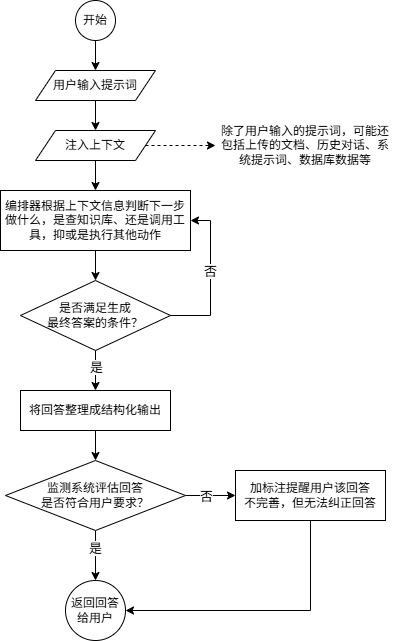
All1217/My-Chat keeps this draw.io diagram as docs/资源/Assets/agent业务总览.png. Above is the earlier version. Source tidied: cells renumbered, new cells last; positions are measured from the earlier drawing's top-left corner, leaving out a move shared by most shapes.
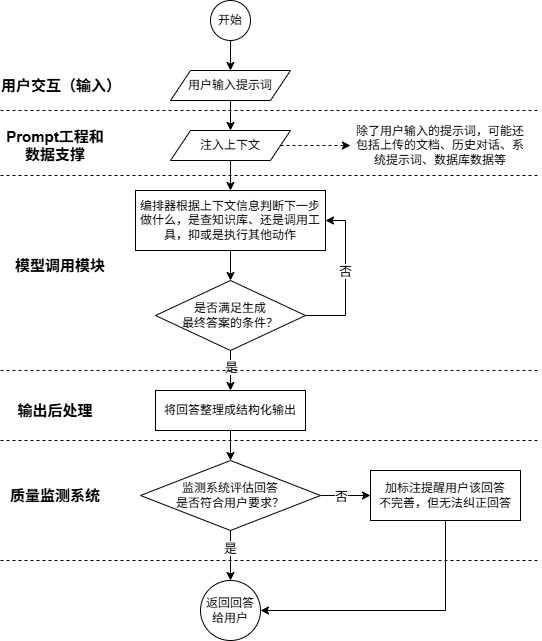
The same file after the commit.

Change to the diagram source:
```diff
@@ -82,5 +82,50 @@
     <mxCell id="26" value="除了用户输入的提示词，可能还包括上传的文档、历史对话、系统提示词、数据库数据等" style="text;html=1;align=center;verticalAlign=middle;whiteSpace=wrap;rounded=0;" parent="1" vertex="1">
       <mxGeometry x="215" y="115" width="180" height="60" as="geometry" />
     </mxCell>
+    <mxCell id="27" style="endArrow=none;dashed=1;html=1;rounded=0;" parent="1" edge="1">
+      <mxGeometry relative="1" as="geometry">
+        <mxPoint x="-135" y="110" as="sourcePoint" />
+        <mxPoint x="405" y="110" as="targetPoint" />
+      </mxGeometry>
+    </mxCell>
+    <mxCell id="28" value="&lt;font style=&quot;font-size: 15px;&quot;&gt;&lt;b&gt;用户交互（输入）&lt;/b&gt;&lt;/font&gt;" style="text;html=1;align=center;verticalAlign=middle;whiteSpace=wrap;rounded=0;" parent="1" vertex="1">
+      <mxGeometry x="-135" y="65" width="120" height="40" as="geometry" />
+    </mxCell>
+    <mxCell id="29" style="endArrow=none;dashed=1;html=1;rounded=0;" parent="1" edge="1">
+      <mxGeometry relative="1" as="geometry">
+        <mxPoint x="-135" y="175" as="sourcePoint" />
+        <mxPoint x="405" y="175" as="targetPoint" />
+      </mxGeometry>
+    </mxCell>
+    <mxCell id="30" value="&lt;span style=&quot;font-size: 15px;&quot;&gt;&lt;b&gt;Prompt工程和&lt;/b&gt;&lt;/span&gt;&lt;div&gt;&lt;span style=&quot;font-size: 15px;&quot;&gt;&lt;b&gt;数据支撑&lt;/b&gt;&lt;/span&gt;&lt;/div&gt;" style="text;html=1;align=center;verticalAlign=middle;whiteSpace=wrap;rounded=0;" parent="1" vertex="1">
+      <mxGeometry x="-135" y="130" width="110" height="30" as="geometry" />
+    </mxCell>
+    <mxCell id="31" style="endArrow=none;dashed=1;html=1;rounded=0;" parent="1" edge="1">
+      <mxGeometry relative="1" as="geometry">
+        <mxPoint x="-135" y="370" as="sourcePoint" />
+        <mxPoint x="405" y="370" as="targetPoint" />
+      </mxGeometry>
+    </mxCell>
+    <mxCell id="32" value="&lt;span style=&quot;font-size: 15px;&quot;&gt;&lt;b&gt;模型调用模块&lt;/b&gt;&lt;/span&gt;" style="text;html=1;align=center;verticalAlign=middle;whiteSpace=wrap;rounded=0;" parent="1" vertex="1">
+      <mxGeometry x="-135" y="250" width="120" height="30" as="geometry" />
+    </mxCell>
+    <mxCell id="33" style="endArrow=none;dashed=1;html=1;rounded=0;" parent="1" edge="1">
+      <mxGeometry relative="1" as="geometry">
+        <mxPoint x="-135" y="440" as="sourcePoint" />
+        <mxPoint x="405" y="440" as="targetPoint" />
+      </mxGeometry>
+    </mxCell>
+    <mxCell id="34" value="&lt;font style=&quot;font-size: 15px;&quot;&gt;&lt;b&gt;输出后处理&lt;/b&gt;&lt;/font&gt;" style="text;html=1;align=center;verticalAlign=middle;whiteSpace=wrap;rounded=0;" parent="1" vertex="1">
+      <mxGeometry x="-135" y="390" width="110" height="40" as="geometry" />
+    </mxCell>
+    <mxCell id="35" style="endArrow=none;dashed=1;html=1;rounded=0;" parent="1" edge="1">
+      <mxGeometry relative="1" as="geometry">
+        <mxPoint x="-135" y="560" as="sourcePoint" />
+        <mxPoint x="405" y="560" as="targetPoint" />
+      </mxGeometry>
+    </mxCell>
+    <mxCell id="36" value="&lt;b style=&quot;font-size: 15px;&quot;&gt;质量监测系统&lt;/b&gt;" style="text;html=1;align=center;verticalAlign=middle;whiteSpace=wrap;rounded=0;" parent="1" vertex="1">
+      <mxGeometry x="-135" y="475" width="110" height="40" as="geometry" />
+    </mxCell>
   </root>
 </mxGraphModel>
```
